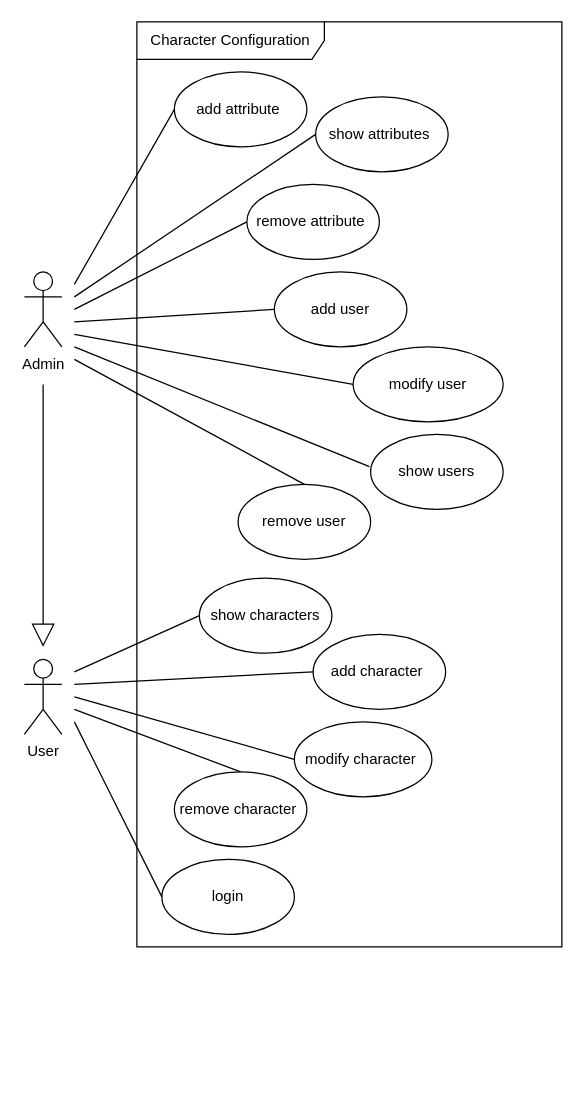
Earlier version of the draw.io diagram Diagrams/UseCaseDiagram.drawio (Joel6v/PraktikumZuehlke). Source tidied: cells renumbered, new cells numbered last; positions are measured from the earlier drawing's top-left corner, leaving out a move shared by most shapes. Both pictures are drawn from the tidied source at 125%, with x=0, y=0 at pixel (24, 21).
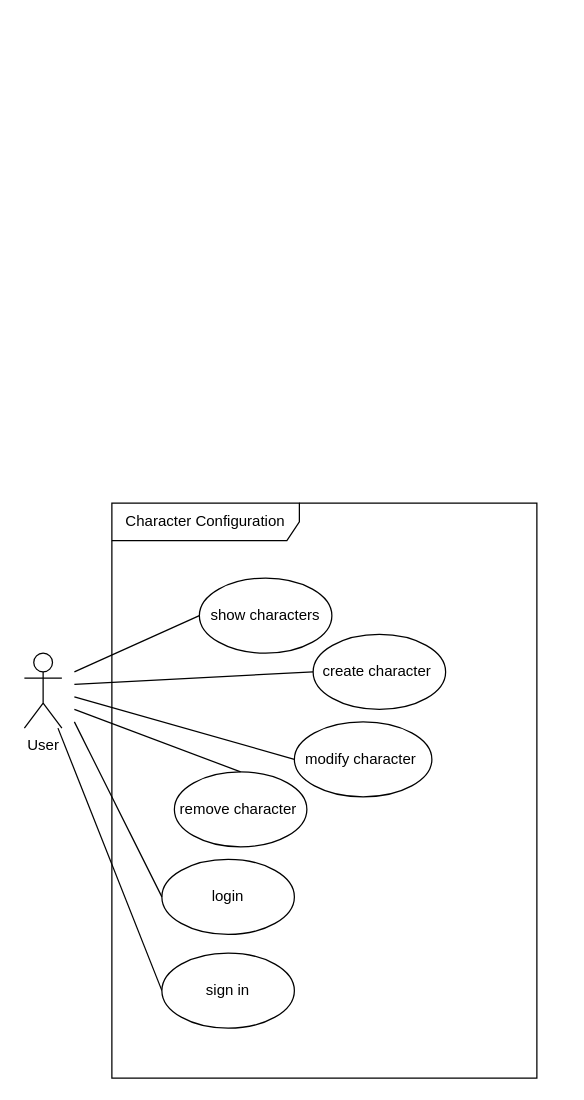
The same diagram, later.

What changed in the source:
```diff
@@
     <mxCell id="2" value="Character Configuration" style="shape=umlFrame;whiteSpace=wrap;html=1;width=150;height=30;" parent="1" vertex="1">
-      <mxGeometry x="90" width="340" height="740" as="geometry" />
+      <mxGeometry x="70" y="385" width="340" height="460" as="geometry" />
     </mxCell>
-    <mxCell id="3" value="Admin" style="shape=umlActor;verticalLabelPosition=bottom;verticalAlign=top;html=1;" parent="1" vertex="1">
-      <mxGeometry y="200" width="30" height="60" as="geometry" />
-    </mxCell>
+    <mxCell id="30" style="rounded=0;jettySize=auto;html=1;entryX=0;entryY=0.5;entryDx=0;entryDy=0;endArrow=none;endFill=0;" parent="1" edge="1" source="4" target="31">
+      <mxGeometry relative="1" as="geometry" />
+    </mxCell>
     <mxCell id="4" value="User" style="shape=umlActor;verticalLabelPosition=bottom;verticalAlign=top;html=1;outlineConnect=0;" parent="1" vertex="1">
-      <mxGeometry y="510" width="30" height="60" as="geometry" />
+      <mxGeometry y="505" width="30" height="60" as="geometry" />
     </mxCell>
-    <mxCell id="5" style="endArrow=block;endSize=16;endFill=0;html=1;rounded=0;" parent="1" edge="1">
-      <mxGeometry relative="1" as="geometry">
-        <mxPoint x="15" y="290" as="sourcePoint" />
-        <mxPoint x="15" y="500" as="targetPoint" />
-      </mxGeometry>
-    </mxCell>
-    <mxCell id="6" value="add character&amp;nbsp;" style="ellipse;whiteSpace=wrap;html=1;" parent="1" vertex="1">
+    <mxCell id="6" value="create character&amp;nbsp;" style="ellipse;whiteSpace=wrap;html=1;" parent="1" vertex="1">
       <mxGeometry x="231" y="490" width="106" height="60" as="geometry" />
     </mxCell>
@@
-    <mxCell id="14" value="add user" style="ellipse;whiteSpace=wrap;html=1;" parent="1" vertex="1">
-      <mxGeometry x="200" y="200" width="106" height="60" as="geometry" />
-    </mxCell>
-    <mxCell id="15" value="remove user" style="ellipse;whiteSpace=wrap;html=1;" parent="1" vertex="1">
-      <mxGeometry x="171" y="370" width="106" height="60" as="geometry" />
-    </mxCell>
-    <mxCell id="16" value="modify user" style="ellipse;whiteSpace=wrap;html=1;" parent="1" vertex="1">
-      <mxGeometry x="263" y="260" width="120" height="60" as="geometry" />
-    </mxCell>
-    <mxCell id="17" style="endArrow=none;html=1;rounded=0;entryX=0;entryY=0.5;entryDx=0;entryDy=0;" parent="1" edge="1" target="14">
-      <mxGeometry relative="1" as="geometry">
-        <mxPoint x="40" y="240" as="sourcePoint" />
-      </mxGeometry>
-    </mxCell>
-    <mxCell id="18" style="endArrow=none;html=1;rounded=0;entryX=0;entryY=0.5;entryDx=0;entryDy=0;" parent="1" edge="1" target="16">
-      <mxGeometry relative="1" as="geometry">
-        <mxPoint x="40" y="250" as="sourcePoint" />
-      </mxGeometry>
-    </mxCell>
-    <mxCell id="19" style="endArrow=none;html=1;rounded=0;entryX=0.5;entryY=0;entryDx=0;entryDy=0;" parent="1" edge="1" target="15">
-      <mxGeometry relative="1" as="geometry">
-        <mxPoint x="40" y="270" as="sourcePoint" />
-      </mxGeometry>
-    </mxCell>
-    <mxCell id="20" value="add attribute&amp;nbsp;" style="ellipse;whiteSpace=wrap;html=1;" parent="1" vertex="1">
-      <mxGeometry x="120" y="40" width="106" height="60" as="geometry" />
-    </mxCell>
-    <mxCell id="21" value="show attributes&amp;nbsp;" style="ellipse;whiteSpace=wrap;html=1;" parent="1" vertex="1">
-      <mxGeometry x="233" y="60" width="106" height="60" as="geometry" />
-    </mxCell>
-    <mxCell id="22" style="endArrow=none;html=1;rounded=0;entryX=0;entryY=0.5;entryDx=0;entryDy=0;" parent="1" edge="1" target="20">
-      <mxGeometry relative="1" as="geometry">
-        <mxPoint x="40" y="210" as="sourcePoint" />
-      </mxGeometry>
-    </mxCell>
-    <mxCell id="23" style="endArrow=none;html=1;rounded=0;entryX=0;entryY=0.5;entryDx=0;entryDy=0;" parent="1" edge="1" target="27">
-      <mxGeometry relative="1" as="geometry">
-        <mxPoint x="40" y="230" as="sourcePoint" />
-      </mxGeometry>
-    </mxCell>
-    <mxCell id="24" value="show users" style="ellipse;whiteSpace=wrap;html=1;" parent="1" vertex="1">
-      <mxGeometry x="277" y="330" width="106" height="60" as="geometry" />
-    </mxCell>
-    <mxCell id="25" style="endArrow=none;html=1;rounded=0;entryX=-0.009;entryY=0.43;entryDx=0;entryDy=0;entryPerimeter=0;" parent="1" edge="1" target="24">
-      <mxGeometry relative="1" as="geometry">
-        <mxPoint x="40" y="260" as="sourcePoint" />
-      </mxGeometry>
-    </mxCell>
-    <mxCell id="26" style="endArrow=none;html=1;rounded=0;entryX=0;entryY=0.5;entryDx=0;entryDy=0;" parent="1" edge="1" target="21">
-      <mxGeometry relative="1" as="geometry">
-        <mxPoint x="40" y="220" as="sourcePoint" />
-      </mxGeometry>
-    </mxCell>
-    <mxCell id="27" value="remove attribute&amp;nbsp;" style="ellipse;whiteSpace=wrap;html=1;" parent="1" vertex="1">
-      <mxGeometry x="178" y="130" width="106" height="60" as="geometry" />
-    </mxCell>
@@
+    <mxCell id="31" value="sign in" style="ellipse;whiteSpace=wrap;html=1;" parent="1" vertex="1">
+      <mxGeometry x="110" y="745" width="106" height="60" as="geometry" />
+    </mxCell>
```
